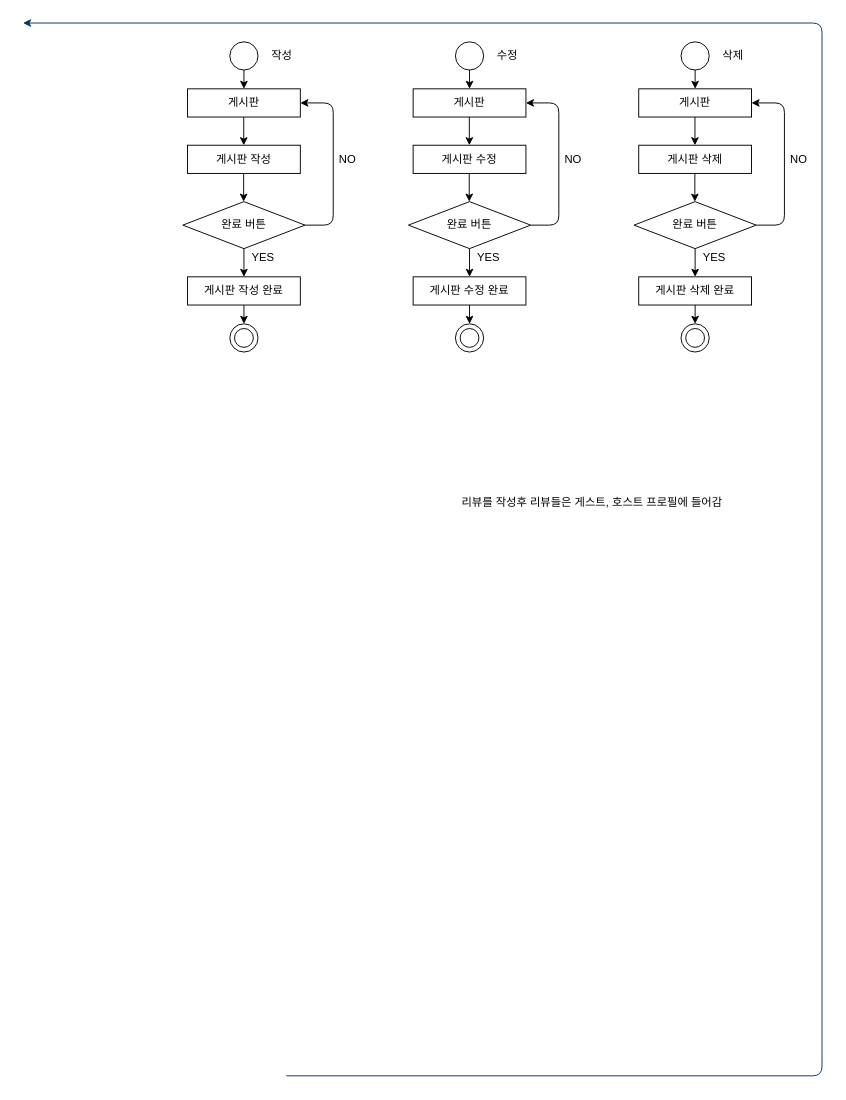
Above: 네비게이션 흐름도/이벤트 공지사항 이용약관.drawio in snowskyblue/- (draw.io), before the change. Source tidied: cells renumbered, new cells numbered last; positions are measured from the earlier drawing's top-left corner, leaving out a move shared by most shapes. Both pictures are drawn from the tidied source at 94%, with x=0, y=0 at pixel (23, 23).
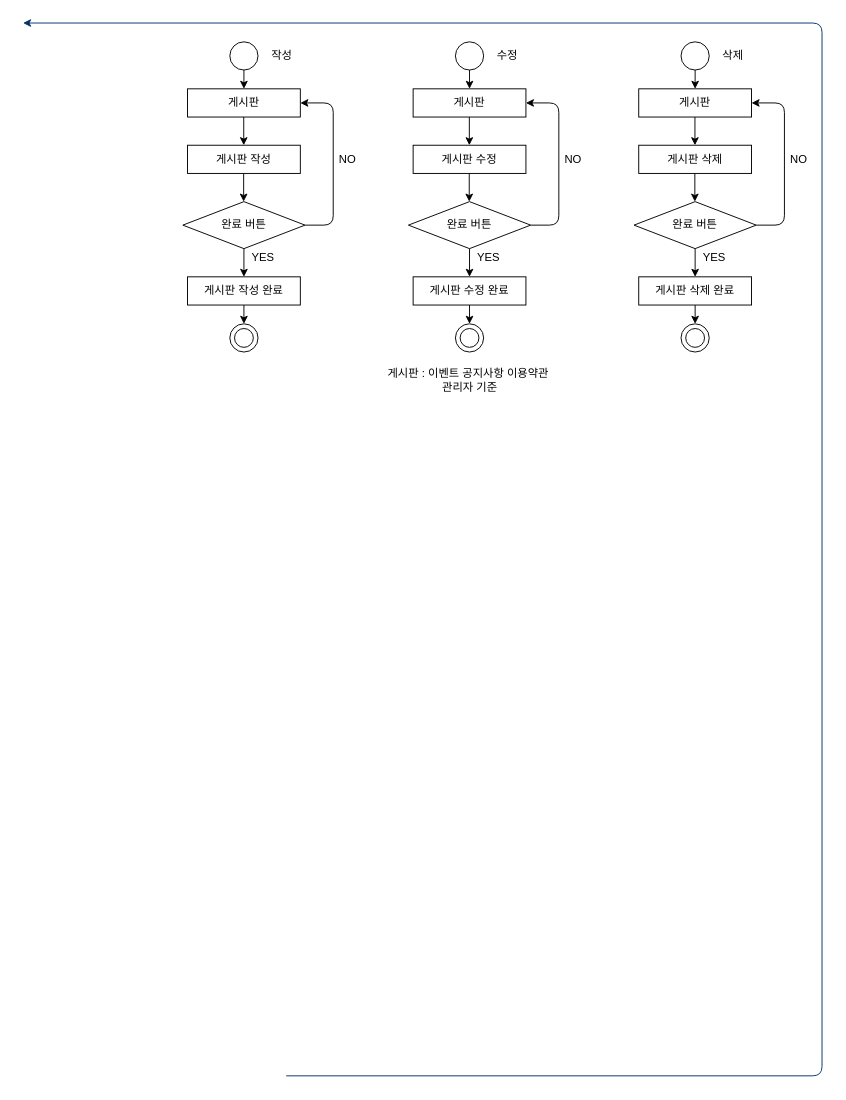
Above is the later version.

Change to the diagram source:
```diff
@@
-    <mxCell id="3" value="리뷰를 작성후 리뷰들은 게스트, 호스트 프로필에 들어감" style="text;html=1;align=center;verticalAlign=middle;fillColor=none;strokeColor=none;rounded=0;" parent="1" vertex="1">
-      <mxGeometry x="450" y="500" width="310" height="20" as="geometry" />
+    <mxCell id="3" value="게시판 : 이벤트 공지사항 이용약관&amp;nbsp;&lt;br&gt;관리자 기준" style="text;html=1;align=center;verticalAlign=middle;fillColor=none;strokeColor=none;rounded=0;" parent="1" vertex="1">
+      <mxGeometry x="375" y="365" width="200" height="30" as="geometry" />
     </mxCell>
```
